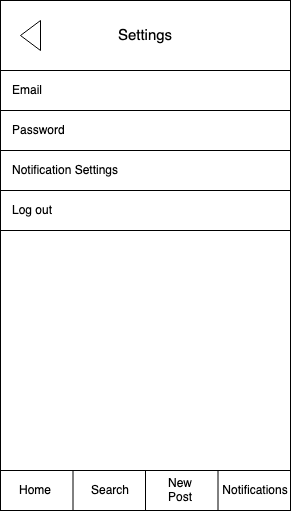
Above: ux-design/Sharmony Wireframe-Settings.png in nyu-software-engineering/spring-2020-toxic-flamingo (draw.io), before the change. Source tidied: cells renumbered, new cells last; positions are measured from the earlier drawing's top-left corner, leaving out a move shared by most shapes. Its diagram source:
```xml
<mxGraphModel>
  <root>
    <mxCell id="0" />
    <mxCell id="1" parent="0" />
    <mxCell id="2" style="rounded=0;whiteSpace=wrap;html=1;" parent="1" vertex="1">
      <mxGeometry width="290" height="510" as="geometry" />
    </mxCell>
    <mxCell id="3" style="triangle;whiteSpace=wrap;html=1;strokeColor=#000000;fillColor=#ffffff;align=left;rotation=-180;" parent="1" vertex="1">
      <mxGeometry x="20" y="20" width="20" height="30" as="geometry" />
    </mxCell>
    <mxCell id="4" value="&lt;font style=&quot;font-size: 15px&quot;&gt;Settings&lt;/font&gt;" style="text;html=1;strokeColor=none;fillColor=none;align=center;verticalAlign=middle;whiteSpace=wrap;rounded=0;" parent="1" vertex="1">
      <mxGeometry x="76.2" y="25" width="137.5" height="20" as="geometry" />
    </mxCell>
    <mxCell id="5" style="rounded=0;whiteSpace=wrap;html=1;" parent="1" vertex="1">
      <mxGeometry y="70" width="290" height="400" as="geometry" />
    </mxCell>
    <mxCell id="6" style="edgeStyle=none;rounded=0;orthogonalLoop=1;jettySize=auto;html=1;exitX=0.25;exitY=1;exitDx=0;exitDy=0;" parent="1" edge="1">
      <mxGeometry relative="1" as="geometry">
        <mxPoint x="72.5" y="510" as="sourcePoint" />
        <mxPoint x="72.5" y="510" as="targetPoint" />
      </mxGeometry>
    </mxCell>
    <mxCell id="7" style="edgeStyle=none;rounded=0;orthogonalLoop=1;jettySize=auto;html=1;exitX=0.25;exitY=1;exitDx=0;exitDy=0;" parent="1" edge="1">
      <mxGeometry relative="1" as="geometry">
        <mxPoint x="72.5" y="510" as="sourcePoint" />
        <mxPoint x="72.5" y="510" as="targetPoint" />
      </mxGeometry>
    </mxCell>
    <mxCell id="8" style="edgeStyle=none;rounded=0;orthogonalLoop=1;jettySize=auto;html=1;exitX=0.25;exitY=1;exitDx=0;exitDy=0;" parent="1" edge="1">
      <mxGeometry relative="1" as="geometry">
        <mxPoint x="72.5" y="510" as="sourcePoint" />
        <mxPoint x="72.5" y="510" as="targetPoint" />
      </mxGeometry>
    </mxCell>
    <mxCell id="9" style="edgeStyle=none;rounded=0;orthogonalLoop=1;jettySize=auto;html=1;exitX=0.25;exitY=1;exitDx=0;exitDy=0;" parent="1" edge="1">
      <mxGeometry relative="1" as="geometry">
        <mxPoint x="72.5" y="510" as="sourcePoint" />
        <mxPoint x="72.5" y="510" as="targetPoint" />
      </mxGeometry>
    </mxCell>
    <mxCell id="10" style="rounded=0;whiteSpace=wrap;html=1;strokeColor=#000000;fillColor=#ffffff;" parent="1" vertex="1">
      <mxGeometry y="470" width="290" height="40" as="geometry" />
    </mxCell>
    <mxCell id="11" style="endArrow=none;html=1;exitX=0.25;exitY=1;exitDx=0;exitDy=0;entryX=0.25;entryY=1;entryDx=0;entryDy=0;" parent="1" edge="1">
      <mxGeometry relative="1" as="geometry">
        <mxPoint x="72.5" y="470" as="sourcePoint" />
        <mxPoint x="72.5" y="510" as="targetPoint" />
      </mxGeometry>
    </mxCell>
    <mxCell id="12" style="endArrow=none;html=1;exitX=0.5;exitY=1;exitDx=0;exitDy=0;entryX=0.5;entryY=1;entryDx=0;entryDy=0;" parent="1" edge="1">
      <mxGeometry relative="1" as="geometry">
        <mxPoint x="145" y="470" as="sourcePoint" />
        <mxPoint x="145" y="510" as="targetPoint" />
      </mxGeometry>
    </mxCell>
    <mxCell id="13" style="endArrow=none;html=1;exitX=0.75;exitY=1;exitDx=0;exitDy=0;entryX=0.75;entryY=1;entryDx=0;entryDy=0;" parent="1" edge="1">
      <mxGeometry relative="1" as="geometry">
        <mxPoint x="217.5" y="470" as="sourcePoint" />
        <mxPoint x="217.5" y="510" as="targetPoint" />
      </mxGeometry>
    </mxCell>
    <mxCell id="14" value="Home" style="text;html=1;strokeColor=none;fillColor=none;align=center;verticalAlign=middle;whiteSpace=wrap;rounded=0;" parent="1" vertex="1">
      <mxGeometry x="10" y="480" width="50" height="20" as="geometry" />
    </mxCell>
    <mxCell id="15" value="Search" style="text;html=1;strokeColor=none;fillColor=none;align=center;verticalAlign=middle;whiteSpace=wrap;rounded=0;" parent="1" vertex="1">
      <mxGeometry x="85" y="480" width="50" height="20" as="geometry" />
    </mxCell>
    <mxCell id="16" value="&lt;div&gt;New Post&lt;/div&gt;" style="text;html=1;strokeColor=none;fillColor=none;align=center;verticalAlign=middle;whiteSpace=wrap;rounded=0;" parent="1" vertex="1">
      <mxGeometry x="155" y="480" width="50" height="20" as="geometry" />
    </mxCell>
    <mxCell id="17" value="Notifications" style="text;html=1;strokeColor=none;fillColor=none;align=center;verticalAlign=middle;whiteSpace=wrap;rounded=0;" parent="1" vertex="1">
      <mxGeometry x="230" y="480" width="50" height="20" as="geometry" />
    </mxCell>
    <mxCell id="18" style="rounded=0;whiteSpace=wrap;html=1;" parent="1" vertex="1">
      <mxGeometry y="70" width="290" height="40" as="geometry" />
    </mxCell>
    <mxCell id="19" value="Email" style="text;html=1;strokeColor=none;fillColor=none;align=left;verticalAlign=middle;whiteSpace=wrap;rounded=0;" parent="1" vertex="1">
      <mxGeometry x="10" y="80" width="100" height="20" as="geometry" />
    </mxCell>
    <mxCell id="20" style="rounded=0;whiteSpace=wrap;html=1;" parent="1" vertex="1">
      <mxGeometry y="110" width="290" height="40" as="geometry" />
    </mxCell>
    <mxCell id="21" value="Password" style="text;html=1;strokeColor=none;fillColor=none;align=left;verticalAlign=middle;whiteSpace=wrap;rounded=0;" parent="1" vertex="1">
      <mxGeometry x="10" y="120" width="100" height="20" as="geometry" />
    </mxCell>
    <mxCell id="22" style="rounded=0;whiteSpace=wrap;html=1;" parent="1" vertex="1">
      <mxGeometry y="150" width="290" height="40" as="geometry" />
    </mxCell>
    <mxCell id="23" value="Notification Settings" style="text;html=1;strokeColor=none;fillColor=none;align=left;verticalAlign=middle;whiteSpace=wrap;rounded=0;" parent="1" vertex="1">
      <mxGeometry x="10" y="160" width="110" height="20" as="geometry" />
    </mxCell>
    <mxCell id="24" style="rounded=0;whiteSpace=wrap;html=1;" parent="1" vertex="1">
      <mxGeometry y="190" width="290" height="40" as="geometry" />
    </mxCell>
    <mxCell id="25" value="Log out" style="text;html=1;strokeColor=none;fillColor=none;align=left;verticalAlign=middle;whiteSpace=wrap;rounded=0;" parent="1" vertex="1">
      <mxGeometry x="10" y="200" width="100" height="20" as="geometry" />
    </mxCell>
  </root>
</mxGraphModel>
```
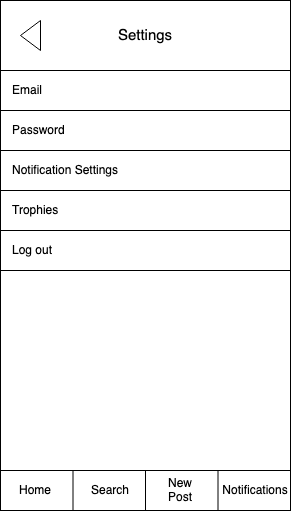
The same file after the commit.

Change to the diagram source:
```diff
@@ -90,10 +90,16 @@
       <mxGeometry x="10" y="160" width="110" height="20" as="geometry" />
     </mxCell>
     <mxCell id="24" style="rounded=0;whiteSpace=wrap;html=1;" parent="1" vertex="1">
-      <mxGeometry y="190" width="290" height="40" as="geometry" />
+      <mxGeometry y="230" width="290" height="40" as="geometry" />
     </mxCell>
     <mxCell id="25" value="Log out" style="text;html=1;strokeColor=none;fillColor=none;align=left;verticalAlign=middle;whiteSpace=wrap;rounded=0;" parent="1" vertex="1">
-      <mxGeometry x="10" y="200" width="100" height="20" as="geometry" />
+      <mxGeometry x="10" y="240" width="100" height="20" as="geometry" />
     </mxCell>
+    <mxCell id="26" style="rounded=0;whiteSpace=wrap;html=1;" parent="1" vertex="1">
+      <mxGeometry y="190" width="290" height="40" as="geometry" />
+    </mxCell>
+    <mxCell id="27" value="Trophies" style="text;html=1;strokeColor=none;fillColor=none;align=left;verticalAlign=middle;whiteSpace=wrap;rounded=0;" parent="1" vertex="1">
+      <mxGeometry x="10" y="200" width="100" height="20" as="geometry" />
+    </mxCell>
   </root>
 </mxGraphModel>
```
